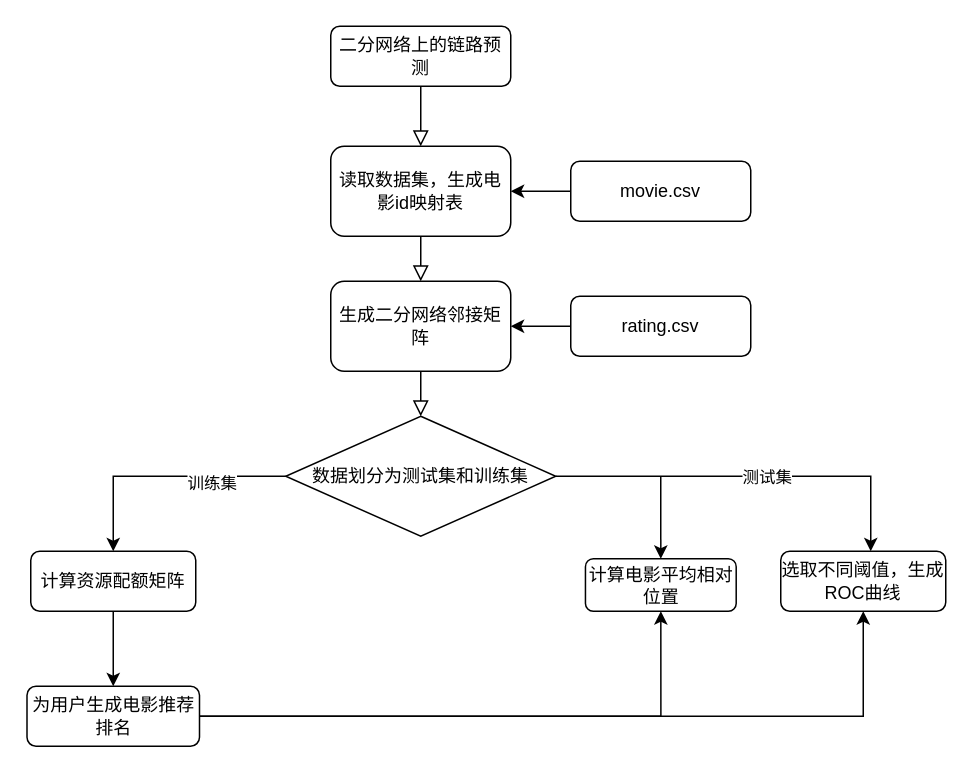
Earlier version of the draw.io diagram s1.drawio (yyq2215986391/Just-fine). Source tidied: cells renumbered, new cells numbered last; positions are measured from the earlier drawing's top-left corner, leaving out a move shared by most shapes. Both pictures are drawn from the tidied source at 150%, with x=0, y=0 at pixel (27, 26).
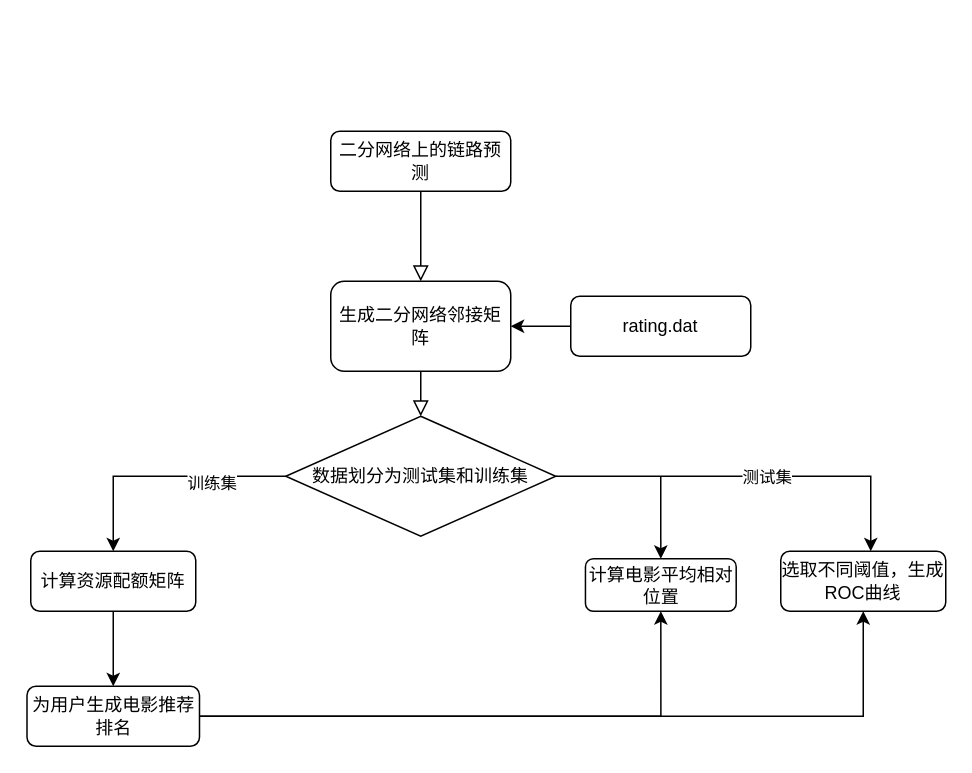
After the change.

The change refers to these unchanged cells:
```xml
<mxCell id="10" value="生成二分网络邻接矩阵" style="rounded=1;whiteSpace=wrap;html=1;" parent="1" vertex="1">
  <mxGeometry x="202" y="170" width="120" height="60" as="geometry" />
</mxCell>
```

What changed in the source:
```diff
@@
-    <mxCell id="2" style="rounded=0;html=1;jettySize=auto;fontSize=11;endArrow=block;endFill=0;endSize=8;strokeWidth=1;shadow=0;labelBackgroundColor=none;edgeStyle=orthogonalEdgeStyle;entryX=0.5;entryY=0;entryDx=0;entryDy=0;" parent="1" edge="1" source="3" target="8">
+    <mxCell id="2" style="rounded=0;html=1;jettySize=auto;fontSize=11;endArrow=block;endFill=0;endSize=8;strokeWidth=1;shadow=0;labelBackgroundColor=none;edgeStyle=orthogonalEdgeStyle;entryX=0.5;entryY=0;entryDx=0;entryDy=0;" parent="1" edge="1" source="3" target="10">
       <mxGeometry relative="1" as="geometry" />
     </mxCell>
     <mxCell id="3" value="二分网络上的链路预测" style="rounded=1;whiteSpace=wrap;html=1;fontSize=12;glass=0;strokeWidth=1;shadow=0;" parent="1" vertex="1">
-      <mxGeometry x="202" width="120" height="40" as="geometry" />
+      <mxGeometry x="202" y="70" width="120" height="40" as="geometry" />
     </mxCell>
-    <mxCell id="4" style="rounded=0;html=1;jettySize=auto;fontSize=11;endArrow=block;endFill=0;endSize=8;strokeWidth=1;shadow=0;labelBackgroundColor=none;edgeStyle=orthogonalEdgeStyle;exitX=0.5;exitY=1;exitDx=0;exitDy=0;entryX=0.5;entryY=0;entryDx=0;entryDy=0;" parent="1" edge="1" source="8" target="10">
-      <mxGeometry y="20" relative="1" as="geometry" />
-    </mxCell>
-    <mxCell id="5" value="movie.csv" style="rounded=1;whiteSpace=wrap;html=1;fontSize=12;glass=0;strokeWidth=1;shadow=0;" parent="1" vertex="1">
-      <mxGeometry x="362" y="90" width="120" height="40" as="geometry" />
-    </mxCell>
@@
-    <mxCell id="7" value="rating.csv" style="rounded=1;whiteSpace=wrap;html=1;fontSize=12;glass=0;strokeWidth=1;shadow=0;" parent="1" vertex="1">
+    <mxCell id="7" value="rating.dat" style="rounded=1;whiteSpace=wrap;html=1;fontSize=12;glass=0;strokeWidth=1;shadow=0;" parent="1" vertex="1">
       <mxGeometry x="362" y="180" width="120" height="40" as="geometry" />
     </mxCell>
-    <mxCell id="8" value="读取数据集，生成电影id映射表" style="rounded=1;whiteSpace=wrap;html=1;" parent="1" vertex="1">
-      <mxGeometry x="202" y="80" width="120" height="60" as="geometry" />
-    </mxCell>
-    <mxCell id="9" style="endArrow=classic;html=1;rounded=0;exitX=0;exitY=0.5;exitDx=0;exitDy=0;entryX=1;entryY=0.5;entryDx=0;entryDy=0;" parent="1" edge="1" source="5" target="8">
-      <mxGeometry relative="1" as="geometry" />
-    </mxCell>
```
